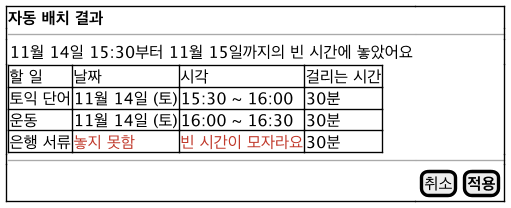
2026-2-software-system-design-11/planning-pet-app keeps this PlantUML diagram as docs/diagrams/ui-autoplace.png. Above is the earlier version.
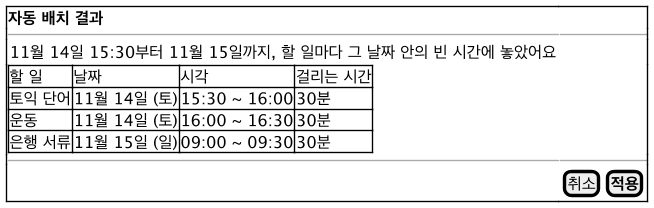
After the commit.

Diff of the diagram source:
```diff
@@ -3,12 +3,12 @@
 {+
   <b>자동 배치 결과</b> | .
   --|--
-  { 11월 14일 15:30부터 11월 15일까지의 빈 시간에 놓았어요 }
+  { 11월 14일 15:30부터 11월 15일까지, 할 일마다 그 날짜 안의 빈 시간에 놓았어요 }
   {#
     할 일 | 날짜 | 시각 | 걸리는 시간
     토익 단어 | 11월 14일 (토) | 15:30 ~ 16:00 | 30분
     운동 | 11월 14일 (토) | 16:00 ~ 16:30 | 30분
-    은행 서류 | <color:#C0392B>놓지 못함</color> | <color:#C0392B>빈 시간이 모자라요</color> | 30분
+    은행 서류 | 11월 15일 (일) | 09:00 ~ 09:30 | 30분
   }
   --|--
   . | { [취소] | [<b>적용</b>] }
```
